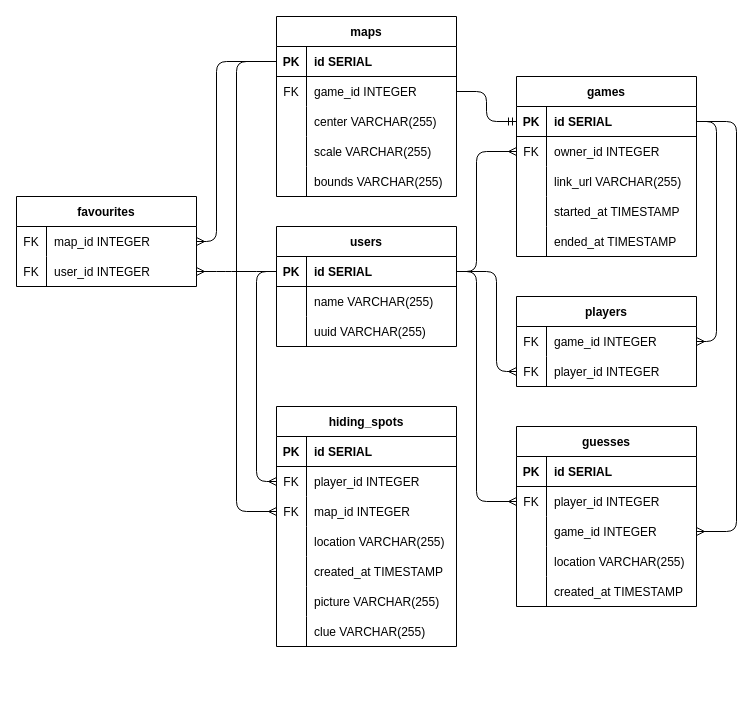
The draw.io diagram db/erd.drawio in Puzzlebottom/midterm-project, before the edit. Source tidied: cells renumbered, new cells numbered last; positions are measured from the earlier drawing's top-left corner, leaving out a move shared by most shapes. Both pictures are drawn from the tidied source at 100%, with x=0, y=0 at pixel (16, 16).
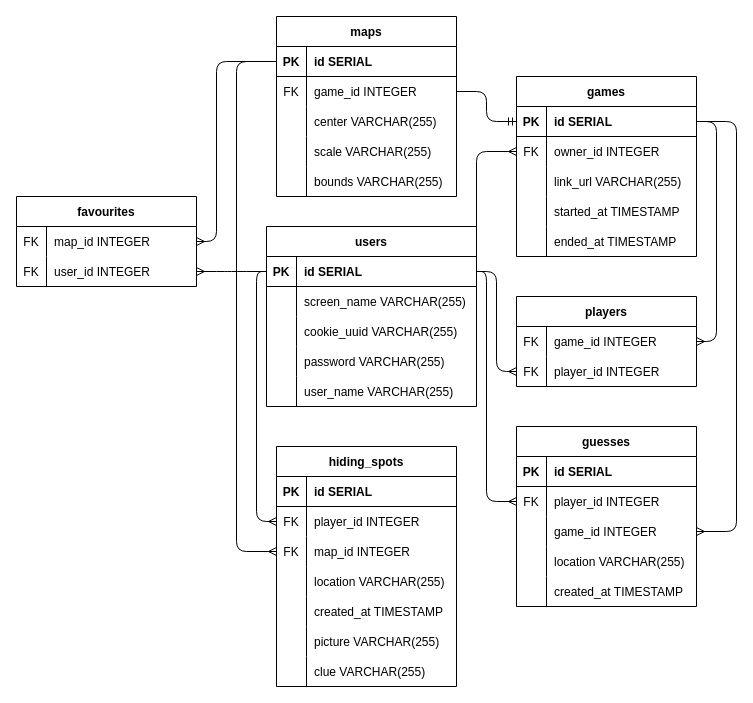
The same diagram, later.

Commit message (it also covers changes not shown here):
adds dependencies for cookie integration

The change refers to these unchanged cells:
```xml
<mxCell id="13" style="shape=tableRow;horizontal=0;startSize=0;swimlaneHead=0;swimlaneBody=0;fillColor=none;points=[[0,0.5],[1,0.5]];portConstraint=eastwest;top=0;left=0;right=0;bottom=1;" parent="12" vertex="1">
  <mxGeometry y="30" width="180" height="30" as="geometry" />
</mxCell>
<mxCell id="32" style="shape=tableRow;horizontal=0;startSize=0;swimlaneHead=0;swimlaneBody=0;fillColor=none;points=[[0,0.5],[1,0.5]];portConstraint=eastwest;top=0;left=0;right=0;bottom=0;" parent="28" vertex="1">
  <mxGeometry y="60" width="180" height="30" as="geometry" />
</mxCell>
<mxCell id="35" style="shape=tableRow;horizontal=0;startSize=0;swimlaneHead=0;swimlaneBody=0;fillColor=none;points=[[0,0.5],[1,0.5]];portConstraint=eastwest;top=0;left=0;right=0;bottom=0;" parent="28" vertex="1">
  <mxGeometry y="90" width="180" height="30" as="geometry" />
</mxCell>
<mxCell id="54" style="shape=tableRow;horizontal=0;startSize=0;swimlaneHead=0;swimlaneBody=0;fillColor=none;points=[[0,0.5],[1,0.5]];portConstraint=eastwest;top=0;left=0;right=0;bottom=0;" parent="50" vertex="1">
  <mxGeometry y="60" width="180" height="30" as="geometry" />
</mxCell>
```

Diff of the diagram source:
```diff
@@
     <mxCell id="2" value="users" style="shape=table;startSize=30;childLayout=tableLayout;rowLines=0;fontStyle=1;align=center;" parent="1" vertex="1">
-      <mxGeometry x="260" y="210" width="180" height="120" as="geometry" />
+      <mxGeometry x="250" y="210" width="210" height="180" as="geometry" />
     </mxCell>
     <mxCell id="3" style="shape=tableRow;horizontal=0;startSize=0;swimlaneHead=0;swimlaneBody=0;fillColor=none;points=[[0,0.5],[1,0.5]];portConstraint=eastwest;top=0;left=0;right=0;bottom=1;" parent="2" vertex="1">
-      <mxGeometry y="30" width="180" height="30" as="geometry" />
+      <mxGeometry y="30" width="210" height="30" as="geometry" />
     </mxCell>
@@
     <mxCell id="5" value="id SERIAL" style="shape=partialRectangle;fillColor=none;top=0;left=0;bottom=0;right=0;align=left;spacingLeft=6;fontStyle=1;overflow=hidden;" parent="3" vertex="1">
-      <mxGeometry x="30" width="150" height="30" as="geometry" />
+      <mxGeometry x="30" width="180" height="30" as="geometry" />
     </mxCell>
     <mxCell id="6" style="shape=tableRow;horizontal=0;startSize=0;swimlaneHead=0;swimlaneBody=0;fillColor=none;top=0;left=0;right=0;bottom=0;" parent="2" vertex="1">
-      <mxGeometry y="60" width="180" height="30" as="geometry" />
+      <mxGeometry y="60" width="210" height="30" as="geometry" />
     </mxCell>
@@
-    <mxCell id="8" value="name VARCHAR(255)" style="shape=partialRectangle;fillColor=none;top=0;left=0;bottom=0;right=0;align=left;spacingLeft=6;overflow=hidden;" parent="6" vertex="1">
-      <mxGeometry x="30" width="150" height="30" as="geometry" />
+    <mxCell id="8" value="screen_name VARCHAR(255)" style="shape=partialRectangle;fillColor=none;top=0;left=0;bottom=0;right=0;align=left;spacingLeft=6;overflow=hidden;" parent="6" vertex="1">
+      <mxGeometry x="30" width="180" height="30" as="geometry" />
     </mxCell>
     <mxCell id="9" style="shape=tableRow;horizontal=0;startSize=0;swimlaneHead=0;swimlaneBody=0;fillColor=none;top=0;left=0;right=0;bottom=0;" parent="2" vertex="1">
-      <mxGeometry y="90" width="180" height="30" as="geometry" />
+      <mxGeometry y="90" width="210" height="30" as="geometry" />
     </mxCell>
@@
-    <mxCell id="11" value="uuid VARCHAR(255)" style="shape=partialRectangle;fillColor=none;top=0;left=0;bottom=0;right=0;align=left;spacingLeft=6;overflow=hidden;" parent="9" vertex="1">
-      <mxGeometry x="30" width="150" height="30" as="geometry" />
+    <mxCell id="11" value="cookie_uuid VARCHAR(255)" style="shape=partialRectangle;fillColor=none;top=0;left=0;bottom=0;right=0;align=left;spacingLeft=6;overflow=hidden;" parent="9" vertex="1">
+      <mxGeometry x="30" width="180" height="30" as="geometry" />
     </mxCell>
+    <mxCell id="106" style="shape=tableRow;horizontal=0;startSize=0;swimlaneHead=0;swimlaneBody=0;fillColor=none;top=0;left=0;right=0;bottom=0;" parent="2" vertex="1">
+      <mxGeometry y="120" width="210" height="30" as="geometry" />
+    </mxCell>
+    <mxCell id="107" style="shape=partialRectangle;fillColor=none;top=0;left=0;bottom=0;right=0;overflow=hidden;" parent="106" vertex="1">
+      <mxGeometry width="30" height="30" as="geometry" />
+    </mxCell>
+    <mxCell id="108" value="password VARCHAR(255)" style="shape=partialRectangle;fillColor=none;top=0;left=0;bottom=0;right=0;align=left;spacingLeft=6;overflow=hidden;" parent="106" vertex="1">
+      <mxGeometry x="30" width="180" height="30" as="geometry" />
+    </mxCell>
+    <mxCell id="109" style="shape=tableRow;horizontal=0;startSize=0;swimlaneHead=0;swimlaneBody=0;fillColor=none;top=0;left=0;right=0;bottom=0;" parent="2" vertex="1">
+      <mxGeometry y="150" width="210" height="30" as="geometry" />
+    </mxCell>
+    <mxCell id="110" style="shape=partialRectangle;fillColor=none;top=0;left=0;bottom=0;right=0;overflow=hidden;" parent="109" vertex="1">
+      <mxGeometry width="30" height="30" as="geometry" />
+    </mxCell>
+    <mxCell id="111" value="user_name VARCHAR(255)" style="shape=partialRectangle;fillColor=none;top=0;left=0;bottom=0;right=0;align=left;spacingLeft=6;overflow=hidden;" parent="109" vertex="1">
+      <mxGeometry x="30" width="180" height="30" as="geometry" />
+    </mxCell>
@@
     <mxCell id="28" value="hiding_spots" style="shape=table;startSize=30;childLayout=tableLayout;rowLines=0;fontStyle=1;align=center;" parent="1" vertex="1">
-      <mxGeometry x="260" y="390" width="180" height="240" as="geometry" />
+      <mxGeometry x="260" y="430" width="180" height="240" as="geometry" />
     </mxCell>
@@
     <mxCell id="89" style="edgeStyle=orthogonalEdgeStyle;fontSize=12;html=1;endArrow=ERmany;entryX=0;entryY=0.5;entryDx=0;entryDy=0;exitX=0;exitY=0.5;exitDx=0;exitDy=0;" parent="1" edge="1" source="3" target="32">
       <mxGeometry relative="1" as="geometry">
         <Array as="points">
           <mxPoint x="240" y="255" />
-          <mxPoint x="240" y="465" />
+          <mxPoint x="240" y="505" />
         </Array>
       </mxGeometry>
     </mxCell>
@@
     <mxCell id="101" style="edgeStyle=orthogonalEdgeStyle;fontSize=12;html=1;endArrow=ERmany;entryX=0;entryY=0.5;entryDx=0;entryDy=0;exitX=1;exitY=0.5;exitDx=0;exitDy=0;" parent="1" edge="1" source="3" target="54">
       <mxGeometry relative="1" as="geometry">
         <Array as="points">
-          <mxPoint x="460" y="255" />
-          <mxPoint x="460" y="485" />
+          <mxPoint x="470" y="255" />
+          <mxPoint x="470" y="485" />
         </Array>
       </mxGeometry>
     </mxCell>
@@
     <mxCell id="103" style="edgeStyle=orthogonalEdgeStyle;fontSize=12;html=1;endArrow=ERmany;entryX=0;entryY=0.5;entryDx=0;entryDy=0;exitX=0;exitY=0.5;exitDx=0;exitDy=0;" parent="1" edge="1" source="13" target="35">
       <mxGeometry relative="1" as="geometry">
         <Array as="points">
           <mxPoint x="220" y="45" />
-          <mxPoint x="220" y="495" />
+          <mxPoint x="220" y="535" />
         </Array>
       </mxGeometry>
     </mxCell>
```
